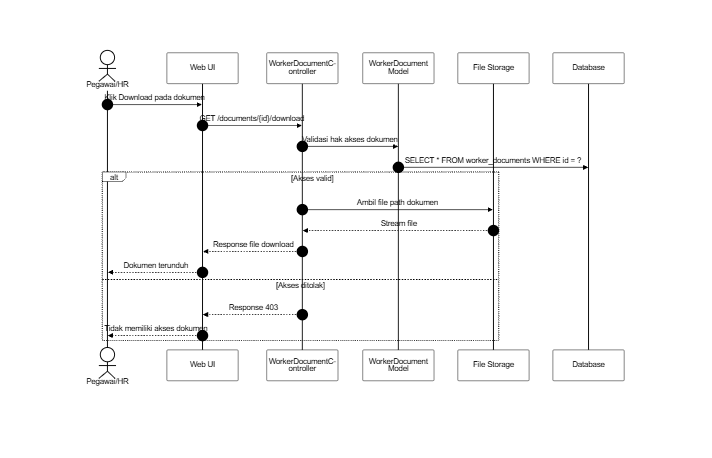
Above: docs/SequenceDiagram/PNG_Transparent/PengajuanDokumen-Download.png in SulaimanHafi23/SimpegRSHDI (Mermaid), before the change. Its source is kept beside it as docs/SequenceDiagram/PengajuanDokumen-Download.mermaid.
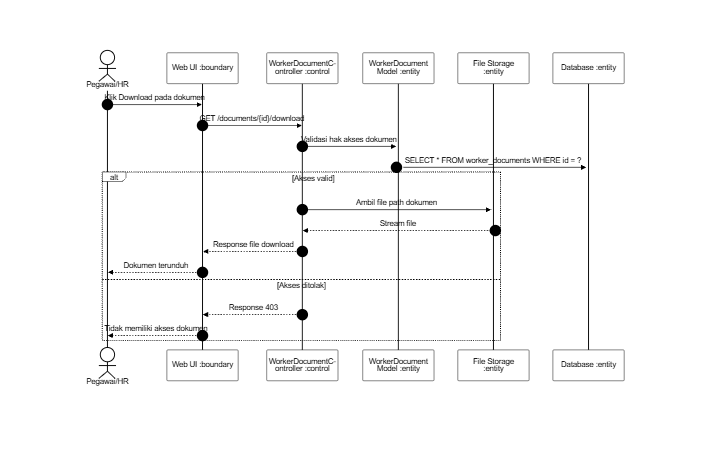
After the commit.

Diff of the diagram source:
```diff
@@ -6,18 +6,18 @@
 sequenceDiagram
     autonumber
     actor U as Pegawai/HR
-    participant UI as Web UI
-    participant C as WorkerDocumentController
-    participant D as WorkerDocument Model
-    participant FS as File Storage
-    participant DB as Database
+    participant UI as Web UI :boundary
+    participant C as WorkerDocumentController :control
+    participant D as WorkerDocument Model :entity
+    participant FS as File Storage :entity
+    participant DB as Database :entity
 
     U->>UI: Klik Download pada dokumen
     UI->>C: GET /documents/{id}/download
-    C->>D: Validasi hak akses dokumen
-    D->>DB: SELECT * FROM worker_documents WHERE id = ?
+    C->>+D: Validasi hak akses dokumen
+    D->>+DB: SELECT * FROM worker_documents WHERE id = ?
     alt Akses valid
-        C->>FS: Ambil file path dokumen
+        C->>+FS: Ambil file path dokumen
         FS-->>C: Stream file
         C-->>UI: Response file download
         UI-->>U: Dokumen terunduh
```
